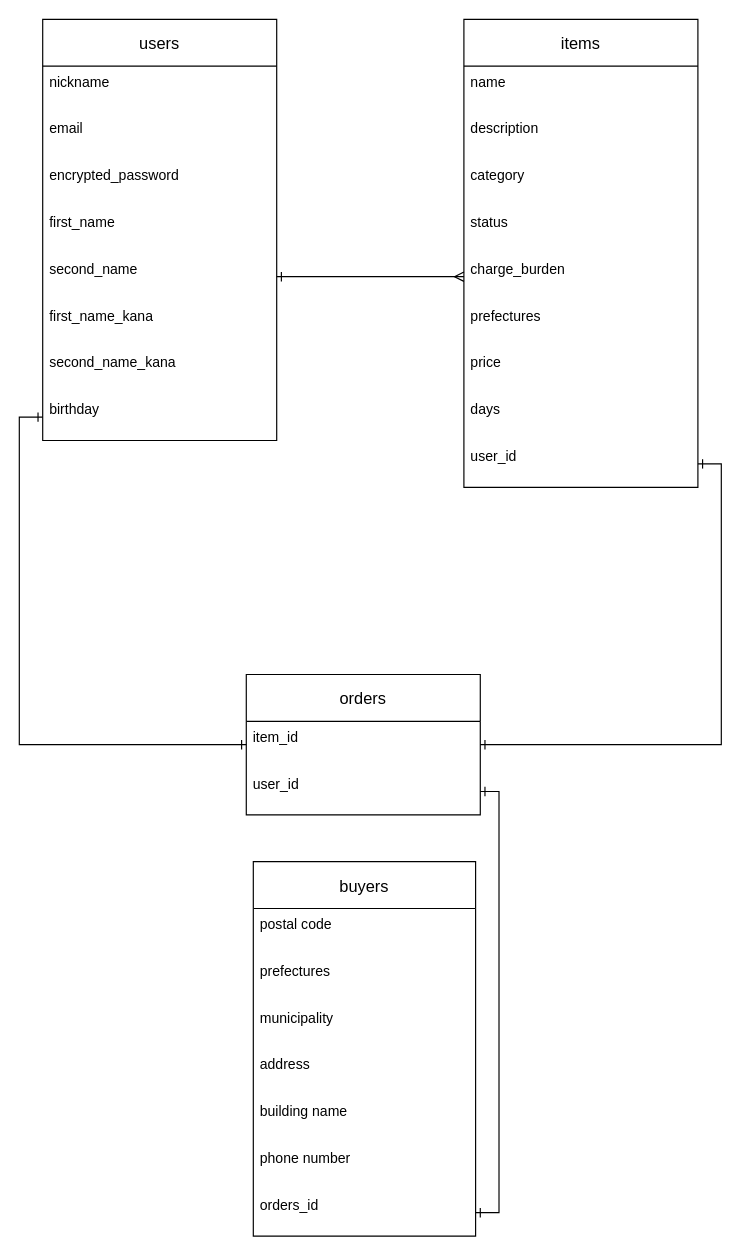
This is furima.dio from takanotakuya/furima-34387, a draw.io file, before an edit. Source tidied: cells renumbered, new cells numbered last; positions are measured from the earlier drawing's top-left corner, leaving out a move shared by most shapes. Both pictures are drawn from the tidied source at 117%, with x=0, y=0 at pixel (42, 19).
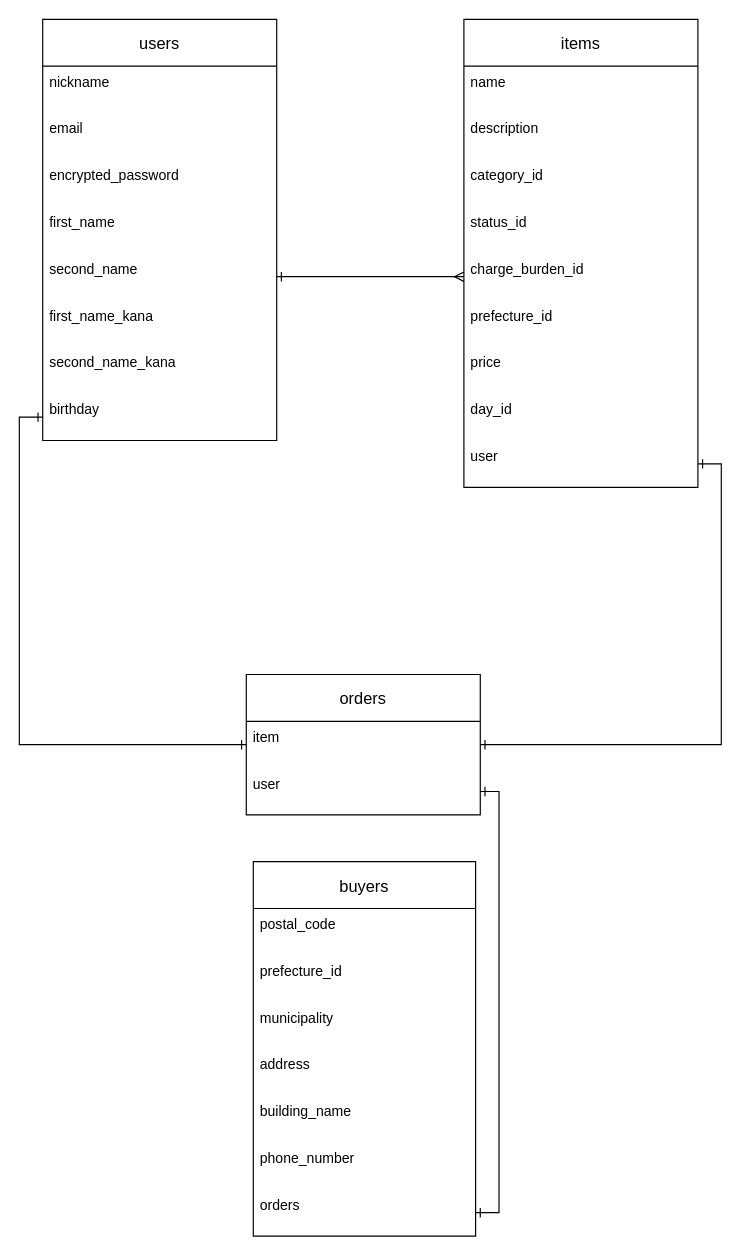
Above is the later version.

Commit message (it also covers changes not shown here):
ER図、READMEの作成　修正２

The change refers to these unchanged cells:
```xml
<mxCell id="2" value="items" style="swimlane;fontStyle=0;horizontal=1;startSize=40;align=center;fontSize=14;" parent="1" vertex="1">
  <mxGeometry x="360" width="200" height="400" as="geometry" />
</mxCell>
<mxCell id="21" value="orders" style="swimlane;fontStyle=0;horizontal=1;startSize=40;align=center;fontSize=14;" parent="1" vertex="1">
  <mxGeometry x="174" y="560" width="200" height="120" as="geometry" />
</mxCell>
<mxCell id="25" value="buyers" style="swimlane;fontStyle=0;horizontal=1;startSize=40;align=center;fontSize=14;" parent="1" vertex="1">
  <mxGeometry x="180" y="720" width="190" height="320" as="geometry" />
</mxCell>
```

The edit, as a diff of the source:
```diff
@@
-    <mxCell id="5" value="category" style="text;strokeColor=none;fillColor=none;spacingLeft=4;spacingRight=4;overflow=hidden;fontSize=12;" parent="2" vertex="1">
+    <mxCell id="5" value="category_id" style="text;strokeColor=none;fillColor=none;spacingLeft=4;spacingRight=4;overflow=hidden;fontSize=12;" parent="2" vertex="1">
       <mxGeometry y="120" width="200" height="40" as="geometry" />
     </mxCell>
-    <mxCell id="6" value="status" style="text;strokeColor=none;fillColor=none;spacingLeft=4;spacingRight=4;overflow=hidden;fontSize=12;" parent="2" vertex="1">
+    <mxCell id="6" value="status_id" style="text;strokeColor=none;fillColor=none;spacingLeft=4;spacingRight=4;overflow=hidden;fontSize=12;" parent="2" vertex="1">
       <mxGeometry y="160" width="200" height="40" as="geometry" />
     </mxCell>
-    <mxCell id="7" value="charge_burden" style="text;strokeColor=none;fillColor=none;spacingLeft=4;spacingRight=4;overflow=hidden;points=[[0,0.5],[1,0.5]];portConstraint=eastwest;fontSize=12;" parent="2" vertex="1">
+    <mxCell id="7" value="charge_burden_id" style="text;strokeColor=none;fillColor=none;spacingLeft=4;spacingRight=4;overflow=hidden;points=[[0,0.5],[1,0.5]];portConstraint=eastwest;fontSize=12;" parent="2" vertex="1">
       <mxGeometry y="200" width="200" height="40" as="geometry" />
     </mxCell>
-    <mxCell id="8" value="prefectures" style="text;strokeColor=none;fillColor=none;spacingLeft=4;spacingRight=4;overflow=hidden;fontSize=12;" parent="2" vertex="1">
+    <mxCell id="8" value="prefecture_id" style="text;strokeColor=none;fillColor=none;spacingLeft=4;spacingRight=4;overflow=hidden;fontSize=12;" parent="2" vertex="1">
       <mxGeometry y="240" width="200" height="40" as="geometry" />
     </mxCell>
@@
-    <mxCell id="10" value="days" style="text;strokeColor=none;fillColor=none;spacingLeft=4;spacingRight=4;overflow=hidden;fontSize=12;" parent="2" vertex="1">
+    <mxCell id="10" value="day_id" style="text;strokeColor=none;fillColor=none;spacingLeft=4;spacingRight=4;overflow=hidden;fontSize=12;" parent="2" vertex="1">
       <mxGeometry y="320" width="200" height="40" as="geometry" />
     </mxCell>
-    <mxCell id="11" value="user_id" style="text;strokeColor=none;fillColor=none;spacingLeft=4;spacingRight=4;overflow=hidden;points=[[0,0.5],[1,0.5]];portConstraint=eastwest;fontSize=12;" parent="2" vertex="1">
+    <mxCell id="11" value="user" style="text;strokeColor=none;fillColor=none;spacingLeft=4;spacingRight=4;overflow=hidden;points=[[0,0.5],[1,0.5]];portConstraint=eastwest;fontSize=12;" parent="2" vertex="1">
       <mxGeometry y="360" width="200" height="40" as="geometry" />
     </mxCell>
@@
-    <mxCell id="22" value="item_id" style="text;strokeColor=none;fillColor=none;spacingLeft=4;spacingRight=4;overflow=hidden;points=[[0,0.5],[1,0.5]];portConstraint=eastwest;fontSize=12;" parent="21" vertex="1">
+    <mxCell id="22" value="item" style="text;strokeColor=none;fillColor=none;spacingLeft=4;spacingRight=4;overflow=hidden;points=[[0,0.5],[1,0.5]];portConstraint=eastwest;fontSize=12;" parent="21" vertex="1">
       <mxGeometry y="40" width="200" height="40" as="geometry" />
     </mxCell>
-    <mxCell id="23" value="user_id" style="text;strokeColor=none;fillColor=none;spacingLeft=4;spacingRight=4;overflow=hidden;points=[[0,0.5],[1,0.5]];portConstraint=eastwest;fontSize=12;" parent="21" vertex="1">
+    <mxCell id="23" value="user" style="text;strokeColor=none;fillColor=none;spacingLeft=4;spacingRight=4;overflow=hidden;points=[[0,0.5],[1,0.5]];portConstraint=eastwest;fontSize=12;" parent="21" vertex="1">
       <mxGeometry y="80" width="200" height="40" as="geometry" />
     </mxCell>
@@
-    <mxCell id="26" value="postal code" style="text;strokeColor=none;fillColor=none;spacingLeft=4;spacingRight=4;overflow=hidden;fontSize=12;" parent="25" vertex="1">
+    <mxCell id="26" value="postal_code" style="text;strokeColor=none;fillColor=none;spacingLeft=4;spacingRight=4;overflow=hidden;fontSize=12;" parent="25" vertex="1">
       <mxGeometry y="40" width="190" height="40" as="geometry" />
     </mxCell>
-    <mxCell id="27" value="prefectures" style="text;strokeColor=none;fillColor=none;spacingLeft=4;spacingRight=4;overflow=hidden;fontSize=12;" parent="25" vertex="1">
+    <mxCell id="27" value="prefecture_id" style="text;strokeColor=none;fillColor=none;spacingLeft=4;spacingRight=4;overflow=hidden;fontSize=12;" parent="25" vertex="1">
       <mxGeometry y="80" width="190" height="40" as="geometry" />
     </mxCell>
@@
-    <mxCell id="30" value="building name" style="text;strokeColor=none;fillColor=none;spacingLeft=4;spacingRight=4;overflow=hidden;fontSize=12;" parent="25" vertex="1">
+    <mxCell id="30" value="building_name" style="text;strokeColor=none;fillColor=none;spacingLeft=4;spacingRight=4;overflow=hidden;fontSize=12;" parent="25" vertex="1">
       <mxGeometry y="200" width="190" height="40" as="geometry" />
     </mxCell>
-    <mxCell id="31" value="phone number" style="text;strokeColor=none;fillColor=none;spacingLeft=4;spacingRight=4;overflow=hidden;fontSize=12;" parent="25" vertex="1">
+    <mxCell id="31" value="phone_number" style="text;strokeColor=none;fillColor=none;spacingLeft=4;spacingRight=4;overflow=hidden;fontSize=12;" parent="25" vertex="1">
       <mxGeometry y="240" width="190" height="40" as="geometry" />
     </mxCell>
-    <mxCell id="32" value="orders_id" style="text;strokeColor=none;fillColor=none;spacingLeft=4;spacingRight=4;overflow=hidden;points=[[0,0.5],[1,0.5]];portConstraint=eastwest;fontSize=12;" parent="25" vertex="1">
+    <mxCell id="32" value="orders" style="text;strokeColor=none;fillColor=none;spacingLeft=4;spacingRight=4;overflow=hidden;points=[[0,0.5],[1,0.5]];portConstraint=eastwest;fontSize=12;" parent="25" vertex="1">
       <mxGeometry y="280" width="190" height="40" as="geometry" />
     </mxCell>
```
